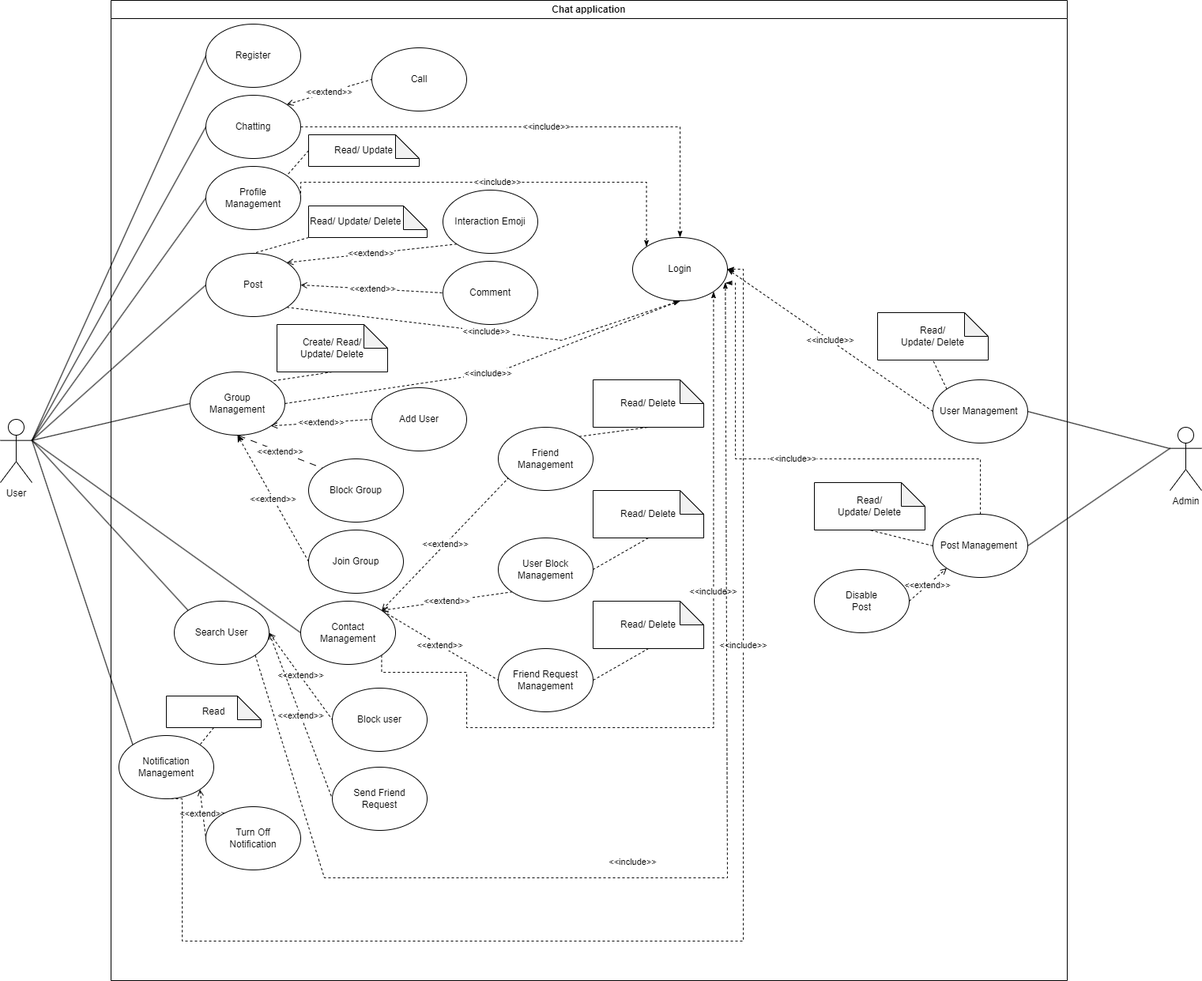
Above: docs/Use Case Diagram/UC-Chatapp.drawio.png in Carl-Johnsons/Chat-Application (draw.io), before the change. Source tidied: cells renumbered, new cells last; positions are measured from the earlier drawing's top-left corner, leaving out a move shared by most shapes.
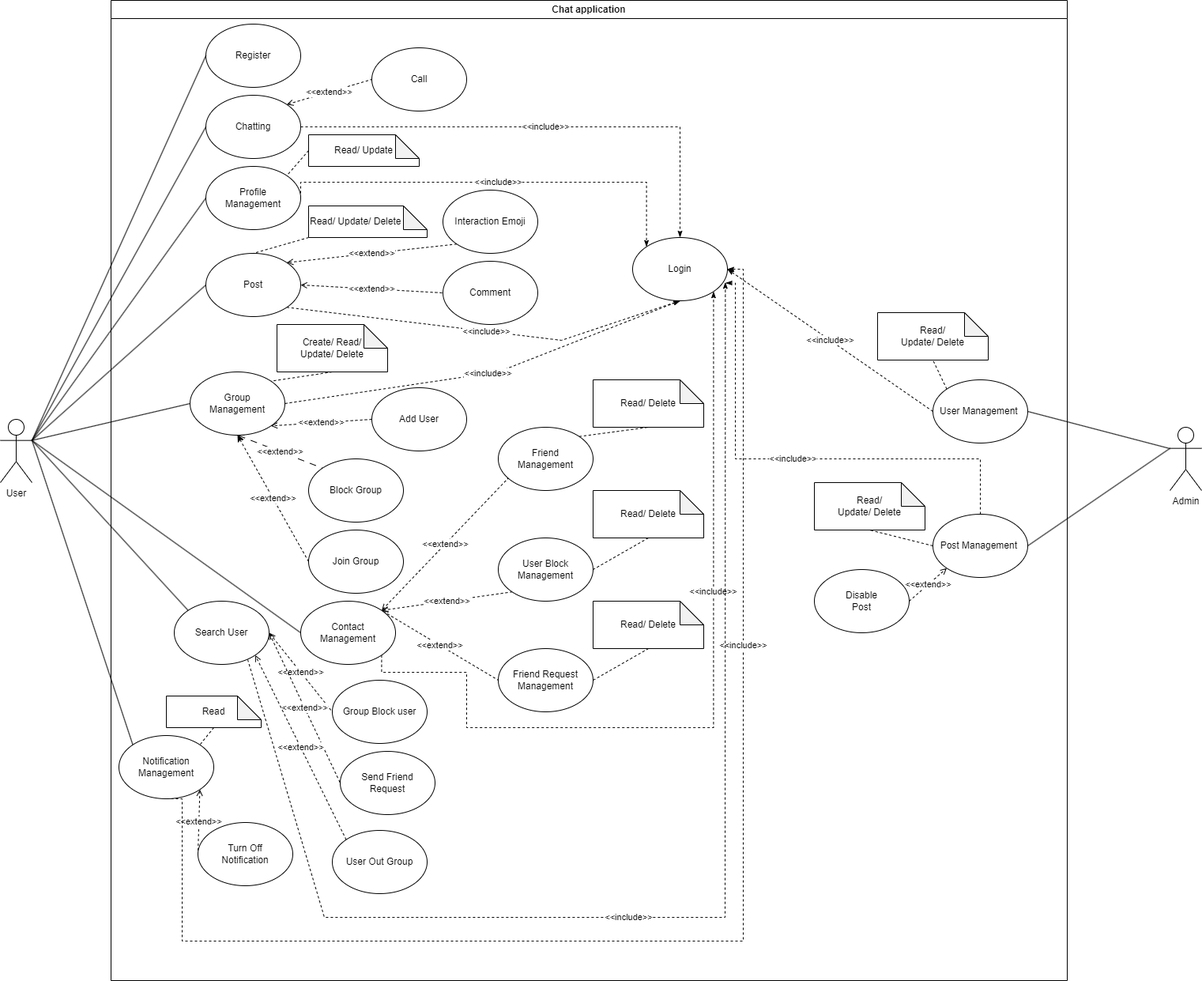
The same file after the commit.

Change to the diagram source:
```diff
@@ -22,7 +22,7 @@
       <mxGeometry x="660" y="300" width="120" height="80" as="geometry" />
     </mxCell>
     <mxCell id="7" value="Send Friend&lt;div&gt;Request&lt;/div&gt;" style="ellipse;whiteSpace=wrap;html=1;" parent="2" vertex="1">
-      <mxGeometry x="280" y="970" width="120" height="80" as="geometry" />
+      <mxGeometry x="290" y="950" width="120" height="80" as="geometry" />
     </mxCell>
     <mxCell id="8" value="Register" style="ellipse;whiteSpace=wrap;html=1;" parent="2" vertex="1">
       <mxGeometry x="120" y="30" width="120" height="80" as="geometry" />
@@ -43,8 +43,8 @@
     <mxCell id="12" value="Comment" style="ellipse;whiteSpace=wrap;html=1;" parent="2" vertex="1">
       <mxGeometry x="420" y="330" width="120" height="80" as="geometry" />
     </mxCell>
-    <mxCell id="13" value="Block user" style="ellipse;whiteSpace=wrap;html=1;" parent="2" vertex="1">
-      <mxGeometry x="280" y="870" width="120" height="80" as="geometry" />
+    <mxCell id="13" value="Group Block user" style="ellipse;whiteSpace=wrap;html=1;" parent="2" vertex="1">
+      <mxGeometry x="280" y="860" width="120" height="80" as="geometry" />
     </mxCell>
     <mxCell id="14" value="&amp;lt;&amp;lt;extend&amp;gt;&amp;gt;" style="rounded=0;jettySize=auto;html=1;exitX=1;exitY=0.5;exitDx=0;exitDy=0;entryX=0;entryY=0.5;entryDx=0;entryDy=0;endArrow=none;endFill=0;startArrow=open;startFill=0;dashed=1;" parent="2" edge="1" source="24" target="13">
       <mxGeometry relative="1" as="geometry" />
@@ -166,7 +166,7 @@
       <mxGeometry x="250" y="170" width="140" height="40" as="geometry" />
     </mxCell>
     <mxCell id="46" value="&lt;div&gt;Turn Off&lt;/div&gt;&lt;div&gt;Notification&lt;/div&gt;" style="ellipse;whiteSpace=wrap;html=1;" parent="2" vertex="1">
-      <mxGeometry x="120" y="1020" width="120" height="80" as="geometry" />
+      <mxGeometry x="110" y="1040" width="120" height="80" as="geometry" />
     </mxCell>
     <mxCell id="47" value="&amp;lt;&amp;lt;extend&amp;gt;&amp;gt;" style="rounded=0;jettySize=auto;html=1;exitX=1;exitY=0;exitDx=0;exitDy=0;entryX=0.103;entryY=0.808;entryDx=0;entryDy=0;entryPerimeter=0;dashed=1;endArrow=none;endFill=0;startArrow=open;startFill=0;" parent="2" edge="1" source="19" target="29">
       <mxGeometry relative="1" as="geometry" />
@@ -195,11 +195,11 @@
     <mxCell id="55" style="rounded=0;jettySize=auto;html=1;exitX=1;exitY=0.5;exitDx=0;exitDy=0;entryX=0.5;entryY=1;entryDx=0;entryDy=0;entryPerimeter=0;dashed=1;endArrow=none;endFill=0;" parent="2" edge="1" source="30" target="54">
       <mxGeometry relative="1" as="geometry" />
     </mxCell>
-    <mxCell id="56" value="&amp;lt;&amp;lt;include&amp;gt;&amp;gt;" style="rounded=0;jettySize=auto;html=1;exitX=1;exitY=1;exitDx=0;exitDy=0;entryX=0.978;entryY=0.705;entryDx=0;entryDy=0;entryPerimeter=0;elbow=vertical;dashed=1;endArrow=classicThin;endFill=1;" parent="2" edge="1" source="24" target="6">
-      <mxGeometry x="-0.12" y="20" relative="1" as="geometry">
+    <mxCell id="56" value="&amp;lt;&amp;lt;include&amp;gt;&amp;gt;" style="rounded=0;jettySize=auto;html=1;exitX=0.775;exitY=0.925;exitDx=0;exitDy=0;entryX=0.978;entryY=0.705;entryDx=0;entryDy=0;entryPerimeter=0;elbow=vertical;dashed=1;endArrow=classicThin;endFill=1;exitPerimeter=0;" parent="2" edge="1" source="24" target="6">
+      <mxGeometry x="-0.12" relative="1" as="geometry">
         <Array as="points">
-          <mxPoint x="270" y="1110" />
-          <mxPoint x="780" y="1110" />
+          <mxPoint x="270" y="1160" />
+          <mxPoint x="777" y="1160" />
         </Array>
       </mxGeometry>
     </mxCell>
@@ -239,6 +239,12 @@
         </Array>
       </mxGeometry>
     </mxCell>
+    <mxCell id="79" value="&amp;lt;&amp;lt;extend&amp;gt;&amp;gt;" style="rounded=0;jettySize=auto;html=1;exitX=0;exitY=0;exitDx=0;exitDy=0;entryX=1;entryY=1;entryDx=0;entryDy=0;dashed=1;endArrow=open;endFill=0;" parent="2" edge="1" source="80" target="24">
+      <mxGeometry relative="1" as="geometry" />
+    </mxCell>
+    <mxCell id="80" value="User Out Group" style="ellipse;whiteSpace=wrap;html=1;" parent="2" vertex="1">
+      <mxGeometry x="280" y="1050" width="120" height="80" as="geometry" />
+    </mxCell>
     <mxCell id="67" style="rounded=0;jettySize=auto;html=1;exitX=1;exitY=0.3333333333333333;exitDx=0;exitDy=0;exitPerimeter=0;entryX=0;entryY=0.5;entryDx=0;entryDy=0;endArrow=none;endFill=0;" parent="1" edge="1" source="73" target="8">
       <mxGeometry relative="1" as="geometry" />
     </mxCell>
```
